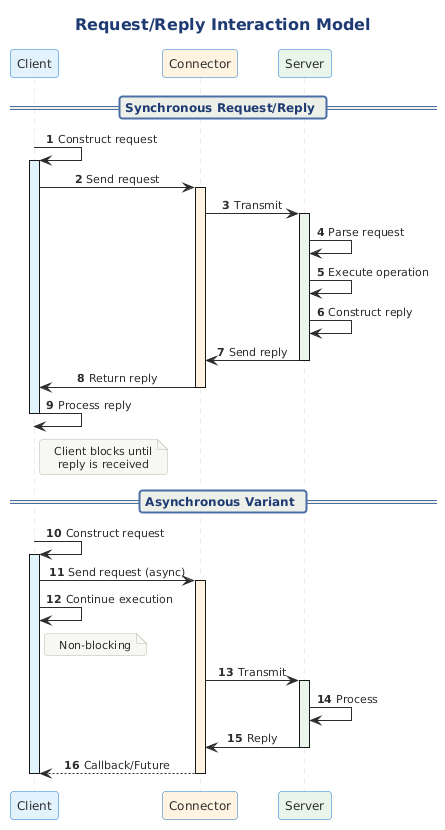
This is src/architecture/views-and-beyond/style-catalogs/component-and-connector/client-server-style/png/request-reply-interaction-model.png from Notoriousjayy/latex-docs, a PlantUML export, as it was before one commit.
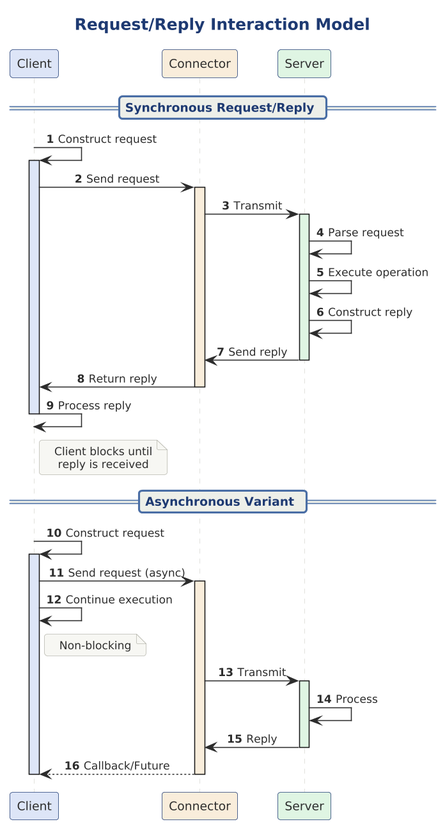
After the commit.

Change to the diagram source:
```diff
@@ -1,30 +1,30 @@
 @startuml
+
+skinparam dpi 150
+
+
+
 
 !include ../../../../../../tooling/styles/plantuml/interaction/sequence-diagram-style.iuml
 
-skinparam participant {
-    BackgroundColor #E3F2FD
-    BorderColor #1976D2
-}
-
 title Request/Reply Interaction Model
 
-participant "Client" as C #E3F2FD
-participant "Connector" as CONN #FFF3E0
-participant "Server" as S #E8F5E9
+participant "Client" as C $fill_primary
+participant "Connector" as CONN $fill_caution
+participant "Server" as S $fill_ok
 
 autonumber
 
 == Synchronous Request/Reply ==
 
 C -> C : Construct request
-activate C #E3F2FD
+activate C $fill_primary
 
 C -> CONN : Send request
-activate CONN #FFF3E0
+activate CONN $fill_caution
 
 CONN -> S : Transmit
-activate S #E8F5E9
+activate S $fill_ok
 
 S -> S : Parse request
 S -> S : Execute operation
@@ -47,16 +47,16 @@
 == Asynchronous Variant ==
 
 C -> C : Construct request
-activate C #E3F2FD
+activate C $fill_primary
 
 C -> CONN : Send request (async)
-activate CONN #FFF3E0
+activate CONN $fill_caution
 
 C -> C : Continue execution
 note right of C : Non-blocking
 
 CONN -> S : Transmit
-activate S #E8F5E9
+activate S $fill_ok
 S -> S : Process
 S -> CONN : Reply
 deactivate S
```
